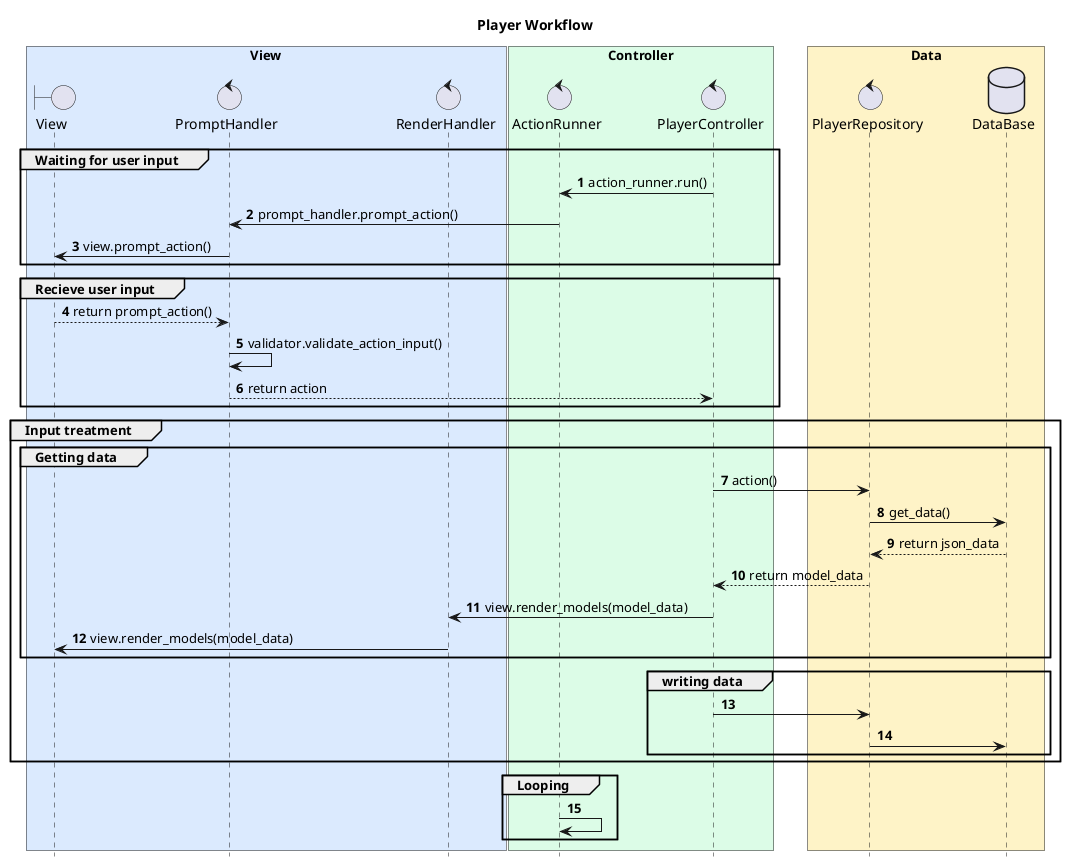
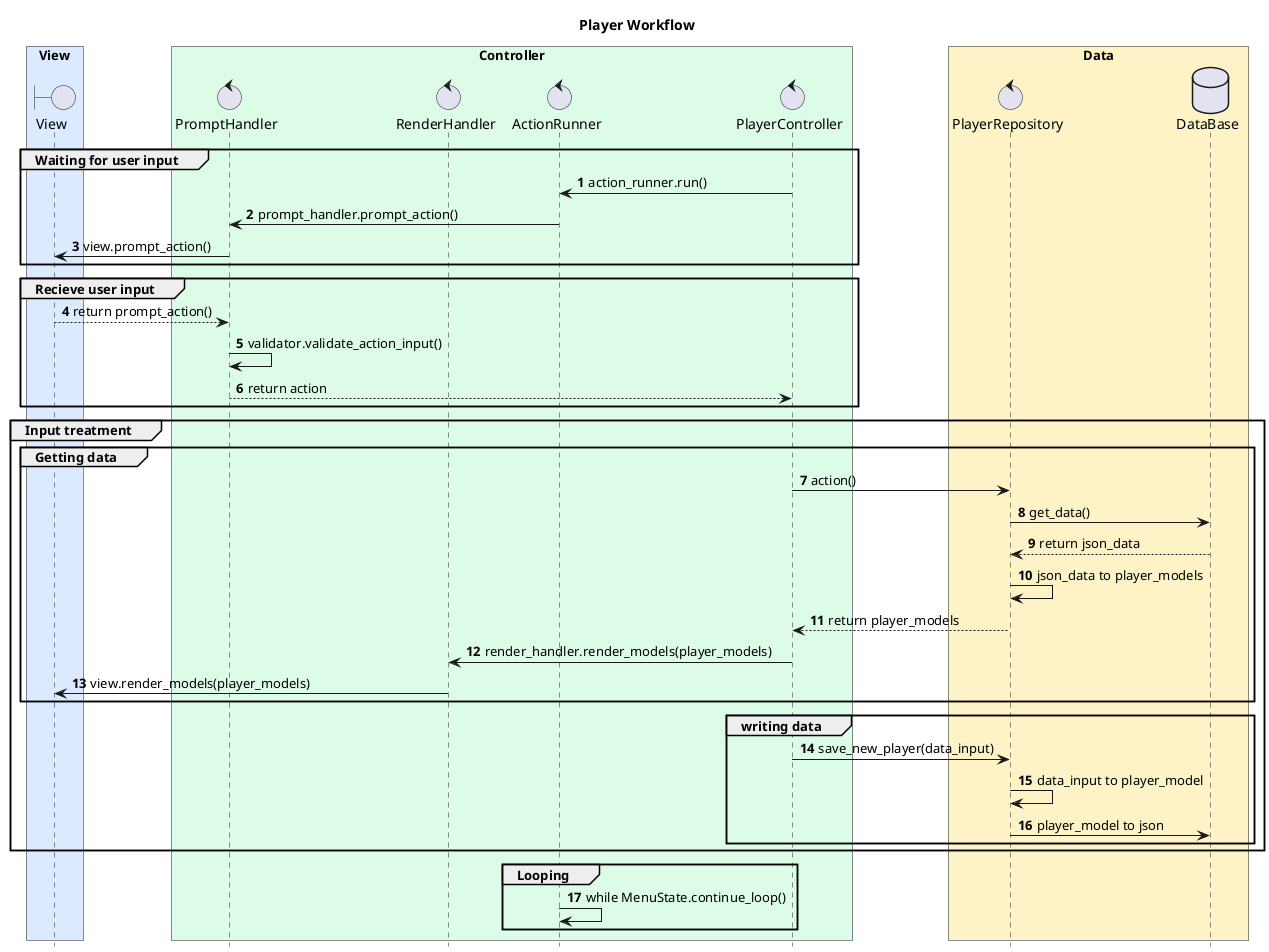
@startuml player_architecture
title Player Workflow

hide footbox

autonumber

box "View" #DBEAFE
    boundary View
-     control PromptHandler
-     control RenderHandler
+ 
end box

box "Controller" #DCFCE7
+ control PromptHandler
+     control RenderHandler
    control ActionRunner
    control PlayerController

end box

box "Data" #FEF3C7
    control PlayerRepository
    database DataBase
end box



group Waiting for user input
    PlayerController -> ActionRunner : action_runner.run()
    ActionRunner -> PromptHandler : prompt_handler.prompt_action()
    PromptHandler -> View : view.prompt_action()
end

group Recieve user input
    View --> PromptHandler : return prompt_action()
    PromptHandler -> PromptHandler : validator.validate_action_input()
    PromptHandler --> PlayerController : return action
end

group Input treatment
    group Getting data
        PlayerController -> PlayerRepository : action()
        PlayerRepository -> DataBase : get_data()
        DataBase --> PlayerRepository : return json_data
-         PlayerRepository --> PlayerController : return model_data
-         PlayerController -> RenderHandler  : view.render_models(model_data)
-         RenderHandler -> View : view.render_models(model_data)
+         PlayerRepository -> PlayerRepository : json_data to player_models
+         PlayerRepository --> PlayerController : return player_models
+         PlayerController -> RenderHandler  : render_handler.render_models(player_models)
+         RenderHandler -> View : view.render_models(player_models)
    end

    group writing data
-         PlayerController -> PlayerRepository
-         PlayerRepository -> DataBase
+         PlayerController -> PlayerRepository : save_new_player(data_input)
+         PlayerRepository -> PlayerRepository : data_input to player_model
+         PlayerRepository -> DataBase : player_model to json
    end
end


group Looping
-     ActionRunner -> ActionRunner
+     ActionRunner -> ActionRunner : while MenuState.continue_loop()
end




@endumld